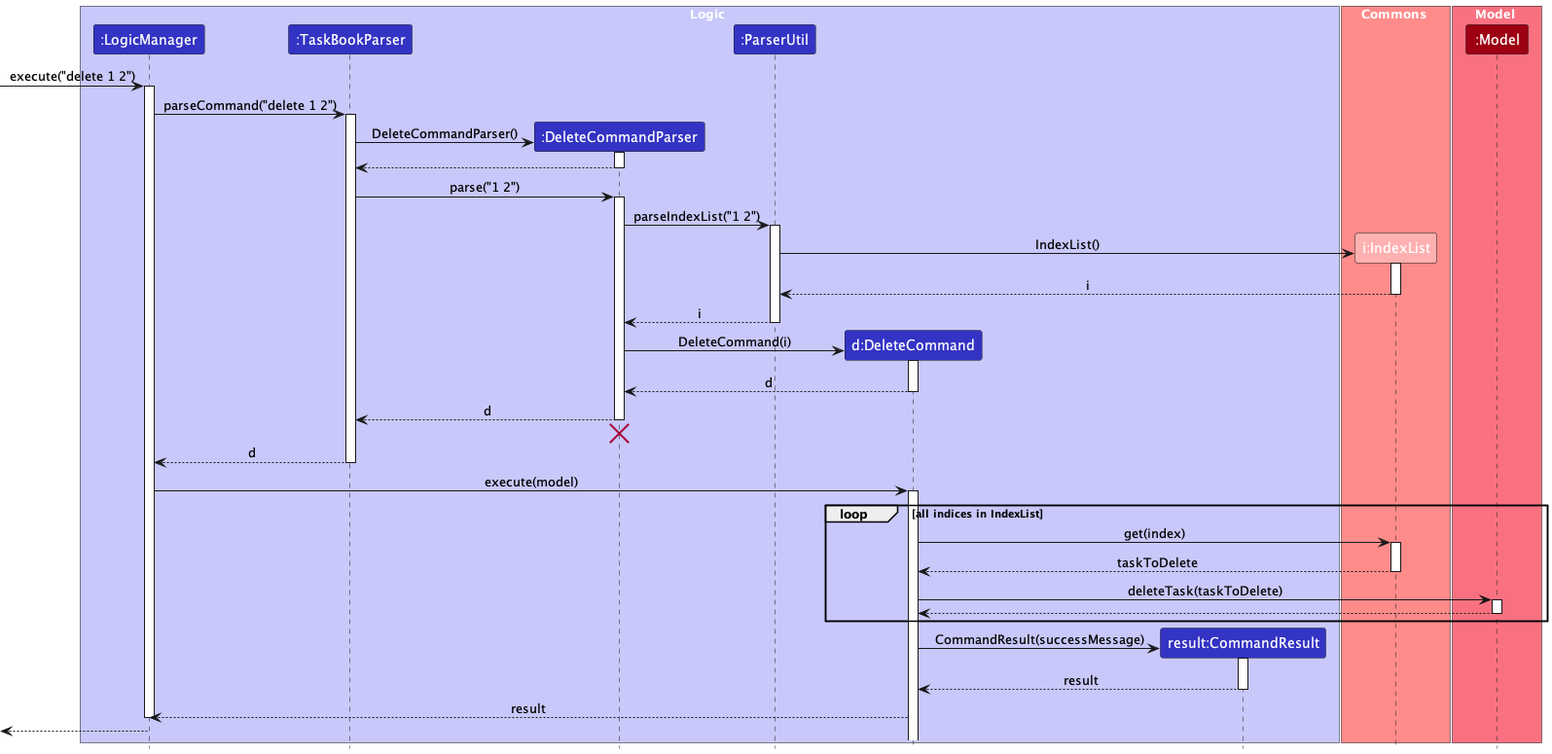
This is docs/images/DeleteCommandSequenceDiagram.png from nus-cs2103-AY2223S2/tp, a PlantUML export, as it was before one commit. The source it was exported from:
```plantuml
@startuml
!include style.puml

box Logic LOGIC_COLOR_T1
participant ":LogicManager" as LogicManager LOGIC_COLOR
participant ":TaskBookParser" as TaskBookParser LOGIC_COLOR
participant ":DeleteCommandParser" as DeleteCommandParser LOGIC_COLOR
participant ":ParserUtil" as ParserUtil LOGIC_COLOR
participant "d:DeleteCommand" as DeleteCommand LOGIC_COLOR
participant "result:CommandResult" as CommandResult LOGIC_COLOR
end box

box Commons COMMONS_COLOR_T1
participant "i:IndexList" as IndexList COMMONS_COLOR
end box

box Model MODEL_COLOR_T1
participant ":Model" as Model MODEL_COLOR
end box


[-> LogicManager : execute("delete 1 2")
activate LogicManager

LogicManager -> TaskBookParser : parseCommand("delete 1 2")
activate TaskBookParser

create DeleteCommandParser
TaskBookParser -> DeleteCommandParser : DeleteCommandParser()
activate DeleteCommandParser

DeleteCommandParser --> TaskBookParser
deactivate DeleteCommandParser

TaskBookParser -> DeleteCommandParser : parse("1 2")
activate DeleteCommandParser

DeleteCommandParser -> ParserUtil : parseIndexList("1 2")
activate ParserUtil

create IndexList
ParserUtil -> IndexList : IndexList()
activate IndexList

IndexList --> ParserUtil : i
deactivate IndexList

ParserUtil --> DeleteCommandParser : i
deactivate ParserUtil

create DeleteCommand
DeleteCommandParser -> DeleteCommand : DeleteCommand(i)
activate DeleteCommand

DeleteCommand --> DeleteCommandParser : d
deactivate DeleteCommand

DeleteCommandParser --> TaskBookParser : d
deactivate DeleteCommandParser

DeleteCommandParser -[hidden]-> TaskBookParser
destroy DeleteCommandParser

TaskBookParser --> LogicManager : d
deactivate TaskBookParser

LogicManager -> DeleteCommand : execute(model)
activate DeleteCommand

loop all indices in IndexList
DeleteCommand -> IndexList : get(index)
activate IndexList

IndexList --> DeleteCommand : taskToDelete
deactivate IndexList

DeleteCommand -> Model : deleteTask(taskToDelete)
activate Model

Model --> DeleteCommand
deactivate Model
end

create CommandResult
DeleteCommand -> CommandResult : CommandResult(successMessage)
activate CommandResult

CommandResult --> DeleteCommand : result
deactivate CommandResult

DeleteCommand --> LogicManager : result
deactivate LogicManager

[<--LogicManager
deactivate LogicManager
@enduml
```
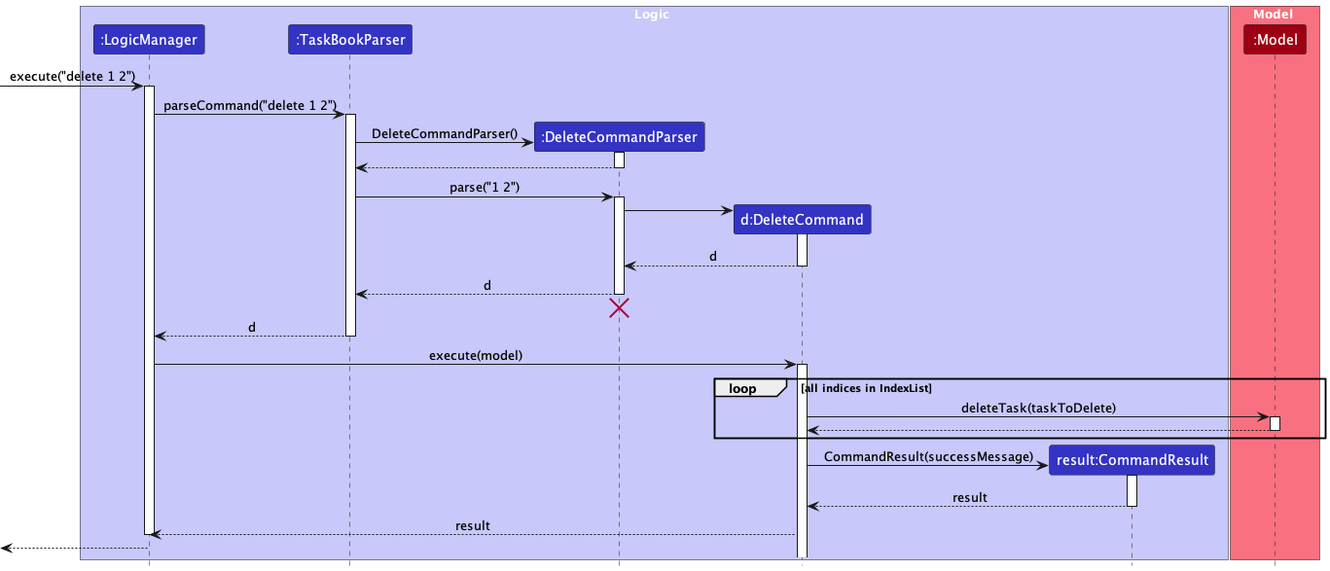
After the change.

Commit message:
Add ppt for allocation algorithm explanations for version control. Simplify sequence diagrams. Format schedule algorithm collapsible sections with HTML tags.

Change to the diagram source:
```diff
@@ -5,13 +5,9 @@
 participant ":LogicManager" as LogicManager LOGIC_COLOR
 participant ":TaskBookParser" as TaskBookParser LOGIC_COLOR
 participant ":DeleteCommandParser" as DeleteCommandParser LOGIC_COLOR
-participant ":ParserUtil" as ParserUtil LOGIC_COLOR
+
 participant "d:DeleteCommand" as DeleteCommand LOGIC_COLOR
 participant "result:CommandResult" as CommandResult LOGIC_COLOR
-end box
-
-box Commons COMMONS_COLOR_T1
-participant "i:IndexList" as IndexList COMMONS_COLOR
 end box
 
 box Model MODEL_COLOR_T1
@@ -35,21 +31,8 @@
 TaskBookParser -> DeleteCommandParser : parse("1 2")
 activate DeleteCommandParser
 
-DeleteCommandParser -> ParserUtil : parseIndexList("1 2")
-activate ParserUtil
-
-create IndexList
-ParserUtil -> IndexList : IndexList()
-activate IndexList
-
-IndexList --> ParserUtil : i
-deactivate IndexList
-
-ParserUtil --> DeleteCommandParser : i
-deactivate ParserUtil
-
 create DeleteCommand
-DeleteCommandParser -> DeleteCommand : DeleteCommand(i)
+DeleteCommandParser -> DeleteCommand
 activate DeleteCommand
 
 DeleteCommand --> DeleteCommandParser : d
@@ -68,11 +51,7 @@
 activate DeleteCommand
 
 loop all indices in IndexList
-DeleteCommand -> IndexList : get(index)
-activate IndexList
 
-IndexList --> DeleteCommand : taskToDelete
-deactivate IndexList
 
 DeleteCommand -> Model : deleteTask(taskToDelete)
 activate Model
```
